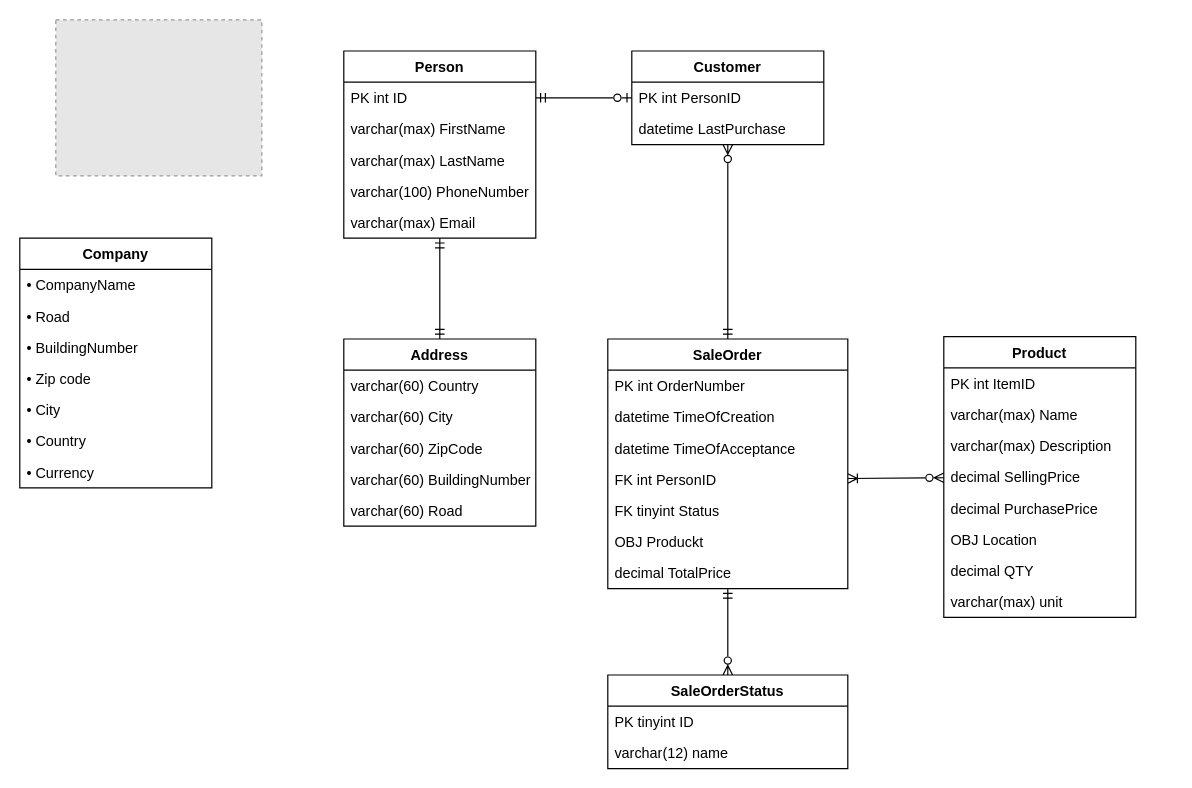
The draw.io diagram ERPRO/docs/ERPRO(ERDiagram).drawio in jimdenseje/ERPRO, before the edit. Source tidied: cells renumbered, new cells numbered last; positions are measured from the earlier drawing's top-left corner, leaving out a move shared by most shapes. Both pictures are drawn from the tidied source at 120%, with x=0, y=0 at pixel (19, 19). Pictures stored in the file or linked from it are replaced by grey dashed boxes.
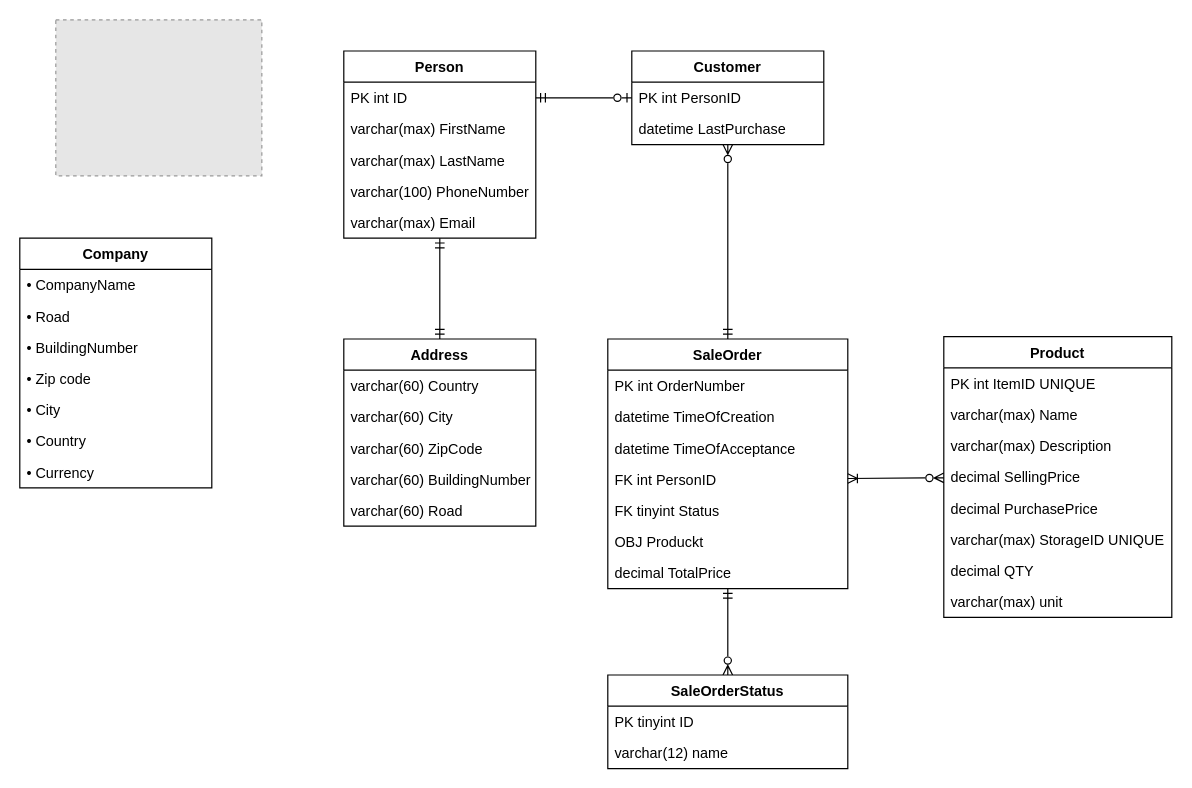
The same page after the edit.

Commit message:
Added nuget package

The edit, as a diff of the source:
```diff
@@
     <mxCell id="28" value="Product" style="swimlane;fontStyle=1;align=center;verticalAlign=top;horizontal=1;startSize=26;" parent="1" vertex="1">
-      <mxGeometry x="770" y="264" width="160" height="234" as="geometry" />
+      <mxGeometry x="770" y="264" width="190" height="234" as="geometry" />
     </mxCell>
-    <mxCell id="29" value="PK int ItemID" style="text;strokeColor=none;fillColor=none;align=left;verticalAlign=top;spacingLeft=4;spacingRight=4;overflow=hidden;" parent="28" vertex="1">
-      <mxGeometry y="26" width="160" height="26" as="geometry" />
+    <mxCell id="29" value="PK int ItemID UNIQUE" style="text;strokeColor=none;fillColor=none;align=left;verticalAlign=top;spacingLeft=4;spacingRight=4;overflow=hidden;" parent="28" vertex="1">
+      <mxGeometry y="26" width="190" height="26" as="geometry" />
     </mxCell>
     <mxCell id="30" value="varchar(max) Name" style="text;strokeColor=none;fillColor=none;align=left;verticalAlign=top;spacingLeft=4;spacingRight=4;overflow=hidden;" parent="28" vertex="1">
-      <mxGeometry y="52" width="160" height="26" as="geometry" />
+      <mxGeometry y="52" width="190" height="26" as="geometry" />
     </mxCell>
     <mxCell id="31" value="varchar(max) Description" style="text;strokeColor=none;fillColor=none;align=left;verticalAlign=top;spacingLeft=4;spacingRight=4;overflow=hidden;" parent="28" vertex="1">
-      <mxGeometry y="78" width="160" height="26" as="geometry" />
+      <mxGeometry y="78" width="190" height="26" as="geometry" />
     </mxCell>
     <mxCell id="32" value="decimal SellingPrice" style="text;strokeColor=none;fillColor=none;align=left;verticalAlign=top;spacingLeft=4;spacingRight=4;overflow=hidden;" parent="28" vertex="1">
-      <mxGeometry y="104" width="160" height="26" as="geometry" />
+      <mxGeometry y="104" width="190" height="26" as="geometry" />
     </mxCell>
     <mxCell id="33" value="decimal PurchasePrice" style="text;strokeColor=none;fillColor=none;align=left;verticalAlign=top;spacingLeft=4;spacingRight=4;overflow=hidden;" parent="28" vertex="1">
-      <mxGeometry y="130" width="160" height="26" as="geometry" />
+      <mxGeometry y="130" width="190" height="26" as="geometry" />
     </mxCell>
-    <mxCell id="34" value="OBJ Location" style="text;strokeColor=none;fillColor=none;align=left;verticalAlign=top;spacingLeft=4;spacingRight=4;overflow=hidden;" parent="28" vertex="1">
-      <mxGeometry y="156" width="160" height="26" as="geometry" />
+    <mxCell id="34" value="varchar(max) StorageID UNIQUE" style="text;strokeColor=none;fillColor=none;align=left;verticalAlign=top;spacingLeft=4;spacingRight=4;overflow=hidden;" parent="28" vertex="1">
+      <mxGeometry y="156" width="190" height="26" as="geometry" />
     </mxCell>
     <mxCell id="35" value="decimal QTY " style="text;strokeColor=none;fillColor=none;align=left;verticalAlign=top;spacingLeft=4;spacingRight=4;overflow=hidden;" parent="28" vertex="1">
-      <mxGeometry y="182" width="160" height="26" as="geometry" />
+      <mxGeometry y="182" width="190" height="26" as="geometry" />
     </mxCell>
     <mxCell id="36" value="varchar(max) unit" style="text;strokeColor=none;fillColor=none;align=left;verticalAlign=top;spacingLeft=4;spacingRight=4;overflow=hidden;" parent="28" vertex="1">
-      <mxGeometry y="208" width="160" height="26" as="geometry" />
+      <mxGeometry y="208" width="190" height="26" as="geometry" />
     </mxCell>
```
